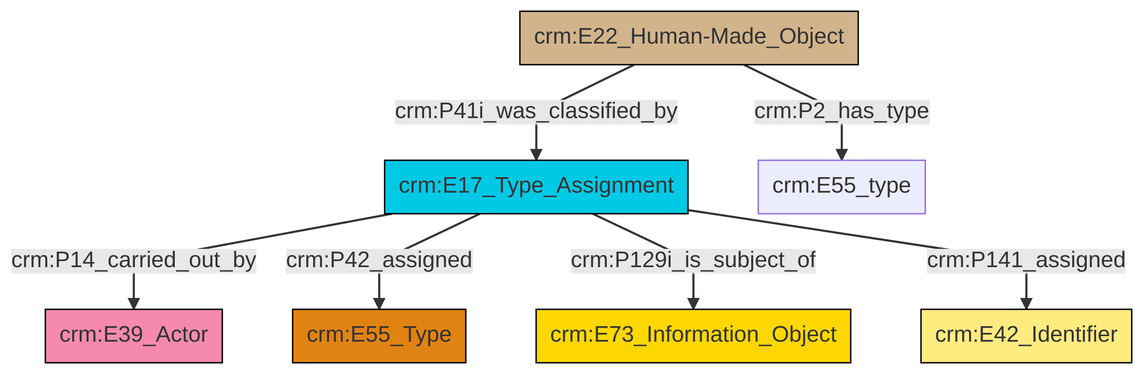
Earlier version of the Mermaid export et/builtWorkCSV/ttl/mmd/png/Built_Work_designation_status.png (swiss-art-research-net/reference-data-models). Its source is kept beside it as et/builtWorkCSV/ttl/mmd/Built_Work_designation_status.ttl.mmd.
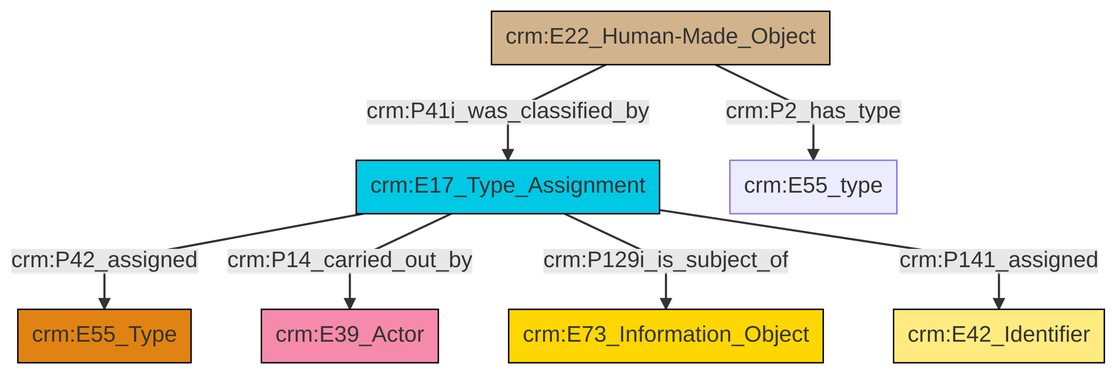
Above is the later version.

What changed in the source:
```diff
@@ -13,9 +13,9 @@
 classDef PC_Classes fill:#4ce600, stroke:#000000;
 classDef Multi fill:#cccccc,stroke:#000000;
 
-0["crm:E22_Human-Made_Object"]:::Physical_Thing -->|crm:P41i_was_classified_by| 2["crm:E17_Type_Assignment"]:::Temporal_Entity
-0["crm:E22_Human-Made_Object"]:::Physical_Thing -->|crm:P2_has_type| 3["crm:E55_type"]:::Default
-2["crm:E17_Type_Assignment"]:::Temporal_Entity -->|crm:P14_carried_out_by| 8["crm:E39_Actor"]:::Actor
-2["crm:E17_Type_Assignment"]:::Temporal_Entity -->|crm:P42_assigned| 4["crm:E55_Type"]:::Type
-2["crm:E17_Type_Assignment"]:::Temporal_Entity -->|crm:P129i_is_subject_of| 9["crm:E73_Information_Object"]:::Conceptual_Object
-2["crm:E17_Type_Assignment"]:::Temporal_Entity -->|crm:P141_assigned| 6["crm:E42_Identifier"]:::Appellation
+0["crm:E17_Type_Assignment"]:::Temporal_Entity -->|crm:P42_assigned| 1["crm:E55_Type"]:::Type
+2["crm:E22_Human-Made_Object"]:::Physical_Thing -->|crm:P41i_was_classified_by| 0["crm:E17_Type_Assignment"]:::Temporal_Entity
+0["crm:E17_Type_Assignment"]:::Temporal_Entity -->|crm:P14_carried_out_by| 3["crm:E39_Actor"]:::Actor
+2["crm:E22_Human-Made_Object"]:::Physical_Thing -->|crm:P2_has_type| 4["crm:E55_type"]:::Default
+0["crm:E17_Type_Assignment"]:::Temporal_Entity -->|crm:P129i_is_subject_of| 8["crm:E73_Information_Object"]:::Conceptual_Object
+0["crm:E17_Type_Assignment"]:::Temporal_Entity -->|crm:P141_assigned| 11["crm:E42_Identifier"]:::Appellation
```
